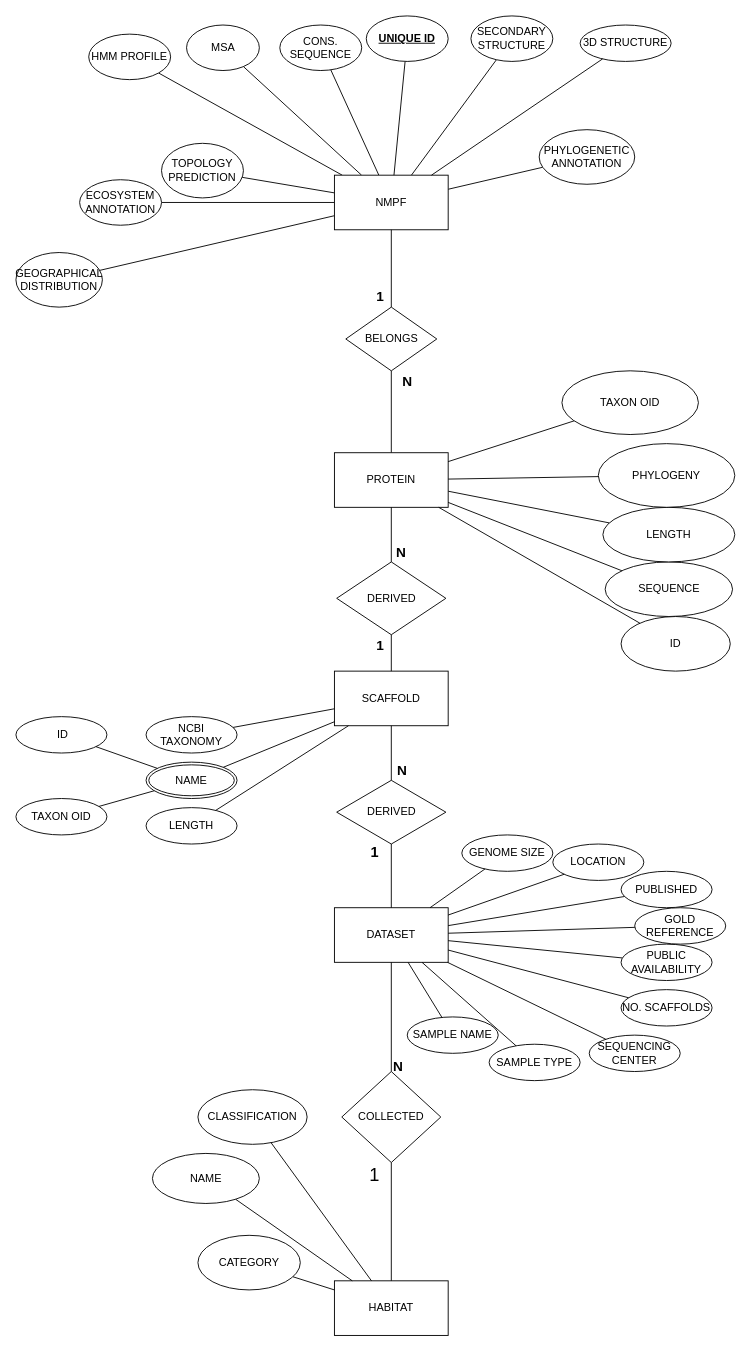
Before: Ανώνυμο διάγραμμα.drawio in IceGreb/db_project, a draw.io diagram. Source tidied: cells renumbered, new cells numbered last; positions are measured from the earlier drawing's top-left corner, leaving out a move shared by most shapes. Both pictures are drawn from the tidied source at 91%, with x=0, y=0 at pixel (15, 15).
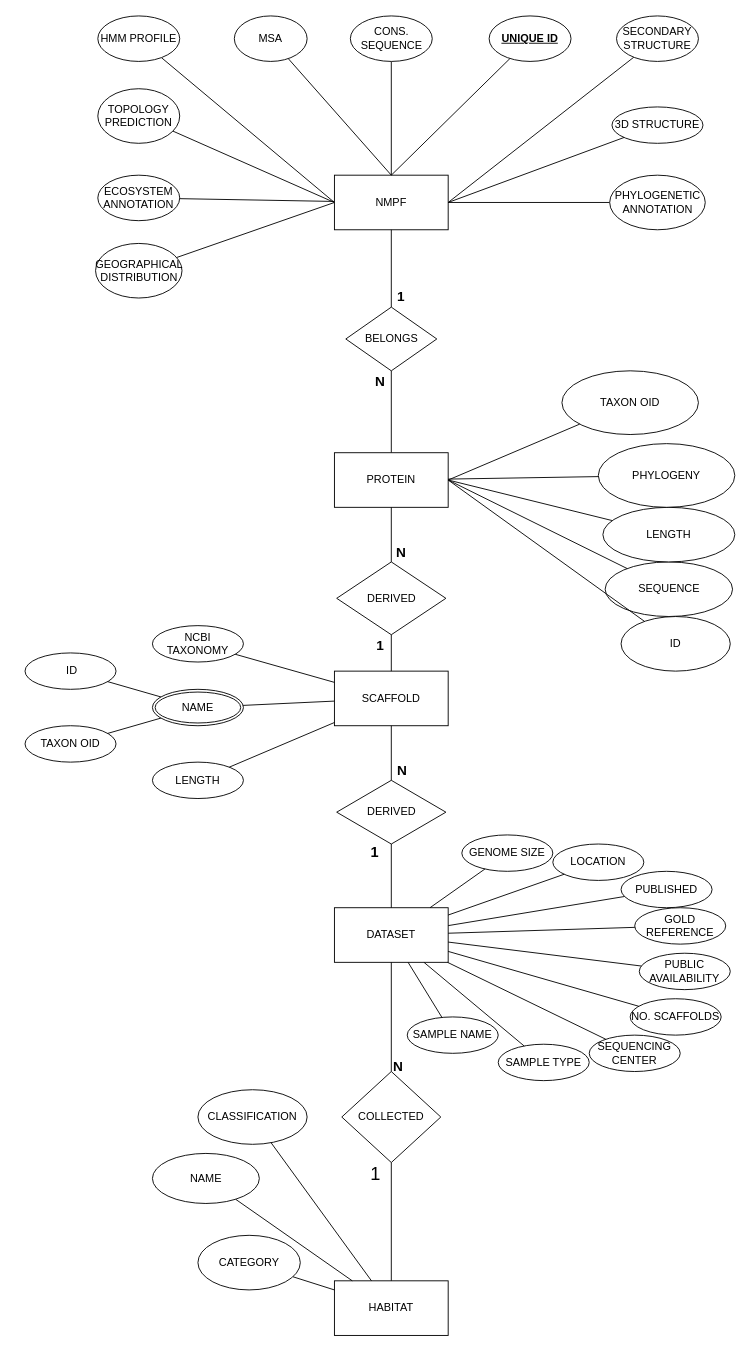
The same page after the edit.

Unchanged cells that the change refers to:
```xml
<mxCell id="10" value="NMPF" style="rounded=0;whiteSpace=wrap;html=1;labelBackgroundColor=none;" parent="1" vertex="1">
  <mxGeometry x="350" y="175" width="125" height="60" as="geometry" />
</mxCell>
<mxCell id="21" style="rounded=0;jettySize=auto;html=1;endArrow=none;endFill=0;labelBackgroundColor=none;fontColor=default;" parent="1" edge="1" source="27" target="24">
  <mxGeometry relative="1" as="geometry" />
</mxCell>
<mxCell id="24" value="&lt;div&gt;PROTEIN&lt;/div&gt;" style="rounded=0;whiteSpace=wrap;html=1;labelBackgroundColor=none;" parent="1" vertex="1">
  <mxGeometry x="350" y="480" width="125" height="60" as="geometry" />
</mxCell>
<mxCell id="25" style="rounded=0;jettySize=auto;html=1;endArrow=none;endFill=0;labelBackgroundColor=none;fontColor=default;" parent="1" edge="1" source="10" target="27">
  <mxGeometry relative="1" as="geometry" />
</mxCell>
<mxCell id="28" value="SEQUENCE" style="ellipse;whiteSpace=wrap;html=1;labelBackgroundColor=none;" parent="1" vertex="1">
  <mxGeometry x="647.5" y="600" width="140" height="60" as="geometry" />
</mxCell>
<mxCell id="30" value="ID" style="ellipse;whiteSpace=wrap;html=1;labelBackgroundColor=none;" parent="1" vertex="1">
  <mxGeometry x="665" y="660" width="120" height="60" as="geometry" />
</mxCell>
<mxCell id="31" value="TAXON OID" style="ellipse;whiteSpace=wrap;html=1;labelBackgroundColor=none;" parent="1" vertex="1">
  <mxGeometry x="600" y="390" width="150" height="70" as="geometry" />
</mxCell>
<mxCell id="32" value="LENGTH" style="ellipse;whiteSpace=wrap;html=1;rounded=0;labelBackgroundColor=none;" parent="1" vertex="1">
  <mxGeometry x="645" y="540" width="145" height="60" as="geometry" />
</mxCell>
<mxCell id="76" style="endArrow=none;html=1;rounded=0;labelBackgroundColor=none;fontColor=default;fontFamily=Permanent Marker;fontSize=30;" parent="1" edge="1" source="75" target="35">
  <mxGeometry relative="1" as="geometry" />
</mxCell>
```

Diff of the diagram source:
```diff
@@
-    <mxCell id="3" style="rounded=0;jettySize=auto;html=1;endArrow=none;endFill=0;labelBackgroundColor=none;fontColor=default;" parent="1" edge="1" source="10" target="12">
+    <mxCell id="3" style="rounded=0;jettySize=auto;html=1;endArrow=none;endFill=0;labelBackgroundColor=none;fontColor=default;exitX=0.5;exitY=0;exitDx=0;exitDy=0;" parent="1" edge="1" source="10" target="12">
       <mxGeometry relative="1" as="geometry" />
     </mxCell>
-    <mxCell id="4" style="rounded=0;jettySize=auto;html=1;endArrow=none;endFill=0;labelBackgroundColor=none;fontColor=default;" parent="1" edge="1" source="10" target="18">
+    <mxCell id="4" style="rounded=0;jettySize=auto;html=1;endArrow=none;endFill=0;labelBackgroundColor=none;fontColor=default;exitX=0;exitY=0.5;exitDx=0;exitDy=0;" parent="1" edge="1" source="10" target="18">
       <mxGeometry relative="1" as="geometry" />
     </mxCell>
@@
-    <mxCell id="6" style="rounded=0;jettySize=auto;html=1;endArrow=none;endFill=0;labelBackgroundColor=none;fontColor=default;" parent="1" edge="1" source="10" target="13">
+    <mxCell id="6" style="rounded=0;jettySize=auto;html=1;endArrow=none;endFill=0;labelBackgroundColor=none;fontColor=default;exitX=0;exitY=0.5;exitDx=0;exitDy=0;" parent="1" edge="1" source="10" target="13">
       <mxGeometry relative="1" as="geometry" />
     </mxCell>
-    <mxCell id="7" style="rounded=0;jettySize=auto;html=1;endArrow=none;endFill=0;labelBackgroundColor=none;fontColor=default;" parent="1" edge="1" source="10" target="14">
+    <mxCell id="7" style="rounded=0;jettySize=auto;html=1;endArrow=none;endFill=0;labelBackgroundColor=none;fontColor=default;exitX=1;exitY=0.5;exitDx=0;exitDy=0;" parent="1" edge="1" source="10" target="14">
       <mxGeometry relative="1" as="geometry" />
     </mxCell>
-    <mxCell id="8" style="rounded=0;jettySize=auto;html=1;endArrow=none;endFill=0;labelBackgroundColor=none;fontColor=default;" parent="1" edge="1" source="10" target="15">
+    <mxCell id="8" style="rounded=0;jettySize=auto;html=1;endArrow=none;endFill=0;labelBackgroundColor=none;fontColor=default;exitX=0;exitY=0.5;exitDx=0;exitDy=0;" parent="1" edge="1" source="10" target="15">
       <mxGeometry relative="1" as="geometry" />
     </mxCell>
@@
     <mxCell id="11" value="CONS. SEQUENCE" style="ellipse;whiteSpace=wrap;html=1;rounded=0;labelBackgroundColor=none;" parent="1" vertex="1">
-      <mxGeometry x="290" y="10" width="90" height="50" as="geometry" />
+      <mxGeometry x="367.5" width="90" height="50" as="geometry" />
     </mxCell>
     <mxCell id="12" value="MSA" style="ellipse;whiteSpace=wrap;html=1;rounded=0;labelBackgroundColor=none;" parent="1" vertex="1">
-      <mxGeometry x="187.5" y="10" width="80" height="50" as="geometry" />
+      <mxGeometry x="240" width="80" height="50" as="geometry" />
     </mxCell>
     <mxCell id="13" value="HMM PROFILE" style="ellipse;whiteSpace=wrap;html=1;rounded=0;labelBackgroundColor=none;" parent="1" vertex="1">
-      <mxGeometry x="80" y="20" width="90" height="50" as="geometry" />
+      <mxGeometry x="90" width="90" height="50" as="geometry" />
     </mxCell>
     <mxCell id="14" value="SECONDARY STRUCTURE" style="ellipse;whiteSpace=wrap;html=1;rounded=0;labelBackgroundColor=none;" parent="1" vertex="1">
-      <mxGeometry x="500" width="90" height="50" as="geometry" />
+      <mxGeometry x="660" width="90" height="50" as="geometry" />
     </mxCell>
     <mxCell id="15" value="TOPOLOGY PREDICTION" style="ellipse;whiteSpace=wrap;html=1;rounded=0;labelBackgroundColor=none;direction=west;" parent="1" vertex="1">
-      <mxGeometry x="160" y="140" width="90" height="60" as="geometry" />
+      <mxGeometry x="90" y="80" width="90" height="60" as="geometry" />
     </mxCell>
     <mxCell id="16" value="&lt;div&gt;PHYLOGENETIC ANNOTATION&lt;/div&gt;" style="ellipse;whiteSpace=wrap;html=1;rounded=0;labelBackgroundColor=none;" parent="1" vertex="1">
-      <mxGeometry x="575" y="125" width="105" height="60" as="geometry" />
+      <mxGeometry x="652.5" y="175" width="105" height="60" as="geometry" />
     </mxCell>
     <mxCell id="17" value="&lt;div&gt;ECOSYSTEM ANNOTATION&lt;/div&gt;" style="ellipse;whiteSpace=wrap;html=1;direction=west;rounded=0;labelBackgroundColor=none;" parent="1" vertex="1">
-      <mxGeometry x="70" y="180" width="90" height="50" as="geometry" />
+      <mxGeometry x="90" y="175" width="90" height="50" as="geometry" />
     </mxCell>
     <mxCell id="18" value="GEOGRAPHICAL DISTRIBUTION" style="ellipse;whiteSpace=wrap;html=1;rounded=0;labelBackgroundColor=none;" parent="1" vertex="1">
-      <mxGeometry y="260" width="95" height="60" as="geometry" />
+      <mxGeometry x="87.5" y="250" width="95" height="60" as="geometry" />
     </mxCell>
-    <mxCell id="19" style="rounded=0;jettySize=auto;html=1;endArrow=none;endFill=0;labelBackgroundColor=none;fontColor=default;" parent="1" edge="1" source="20" target="10">
+    <mxCell id="19" style="rounded=0;jettySize=auto;html=1;endArrow=none;endFill=0;labelBackgroundColor=none;fontColor=default;entryX=0.5;entryY=0;entryDx=0;entryDy=0;" parent="1" edge="1" source="20" target="10">
       <mxGeometry relative="1" as="geometry" />
     </mxCell>
     <mxCell id="20" value="&lt;u&gt;&lt;b&gt;UNIQUE ID&lt;/b&gt;&lt;/u&gt;" style="ellipse;whiteSpace=wrap;html=1;rounded=0;labelBackgroundColor=none;" parent="1" vertex="1">
-      <mxGeometry x="385" width="90" height="50" as="geometry" />
+      <mxGeometry x="520" width="90" height="50" as="geometry" />
     </mxCell>
@@
     <mxCell id="22" value="N" style="edgeLabel;html=1;align=center;verticalAlign=middle;fontSize=15;fontStyle=1;" parent="21" vertex="1">
       <mxGeometry x="-0.71" relative="1" as="geometry">
-        <mxPoint x="17" y="-3" as="offset" />
+        <mxPoint x="-13" y="-3" as="offset" />
       </mxGeometry>
     </mxCell>
-    <mxCell id="23" style="rounded=0;jettySize=auto;html=1;endArrow=none;endFill=0;labelBackgroundColor=none;fontColor=default;" parent="1" edge="1" source="24" target="32">
+    <mxCell id="23" style="rounded=0;jettySize=auto;html=1;endArrow=none;endFill=0;labelBackgroundColor=none;fontColor=default;exitX=1;exitY=0.5;exitDx=0;exitDy=0;" parent="1" edge="1" source="24" target="32">
       <mxGeometry relative="1" as="geometry" />
     </mxCell>
@@
     <mxCell id="26" value="1" style="edgeLabel;html=1;align=center;verticalAlign=middle;fontSize=15;fontStyle=1;" parent="25" vertex="1">
       <mxGeometry x="0.69" y="-1" relative="1" as="geometry">
-        <mxPoint x="-12" as="offset" />
+        <mxPoint x="11" as="offset" />
       </mxGeometry>
     </mxCell>
@@
-    <mxCell id="29" style="rounded=1;jettySize=auto;html=1;endArrow=none;endFill=0;labelBackgroundColor=none;fontColor=default;" parent="1" edge="1" source="24" target="28">
+    <mxCell id="29" style="rounded=1;jettySize=auto;html=1;endArrow=none;endFill=0;labelBackgroundColor=none;fontColor=default;exitX=1;exitY=0.5;exitDx=0;exitDy=0;" parent="1" edge="1" source="24" target="28">
       <mxGeometry relative="1" as="geometry" />
     </mxCell>
@@
     <mxCell id="38" value="NAME" style="ellipse;shape=doubleEllipse;margin=3;whiteSpace=wrap;html=1;align=center;labelBackgroundColor=none;" parent="1" vertex="1">
-      <mxGeometry x="143" y="820" width="100" height="40" as="geometry" />
+      <mxGeometry x="150" y="740" width="100" height="40" as="geometry" />
     </mxCell>
     <mxCell id="39" value="3D STRUCTURE" style="ellipse;whiteSpace=wrap;html=1;align=center;labelBackgroundColor=none;" parent="1" vertex="1">
-      <mxGeometry x="620" y="10" width="100" height="40" as="geometry" />
+      <mxGeometry x="655" y="100" width="100" height="40" as="geometry" />
     </mxCell>
@@
-    <mxCell id="41" style="endArrow=none;html=1;rounded=0;labelBackgroundColor=none;fontColor=default;" parent="1" edge="1" source="10" target="39">
+    <mxCell id="41" style="endArrow=none;html=1;rounded=0;labelBackgroundColor=none;fontColor=default;exitX=1;exitY=0.5;exitDx=0;exitDy=0;" parent="1" edge="1" source="10" target="39">
       <mxGeometry relative="1" as="geometry" />
     </mxCell>
     <mxCell id="42" value="TAXON OID" style="ellipse;whiteSpace=wrap;html=1;align=center;labelBackgroundColor=none;" parent="1" vertex="1">
-      <mxGeometry y="860" width="100" height="40" as="geometry" />
+      <mxGeometry x="10" y="780" width="100" height="40" as="geometry" />
     </mxCell>
     <mxCell id="43" value="&amp;nbsp;ID" style="ellipse;whiteSpace=wrap;html=1;align=center;labelBackgroundColor=none;" parent="1" vertex="1">
-      <mxGeometry y="770" width="100" height="40" as="geometry" />
+      <mxGeometry x="10" y="700" width="100" height="40" as="geometry" />
     </mxCell>
@@
     <mxCell id="46" value="LENGTH" style="ellipse;whiteSpace=wrap;html=1;align=center;labelBackgroundColor=none;" parent="1" vertex="1">
-      <mxGeometry x="143" y="870" width="100" height="40" as="geometry" />
+      <mxGeometry x="150" y="820" width="100" height="40" as="geometry" />
     </mxCell>
@@
     <mxCell id="48" value="NCBI TAXONOMY" style="ellipse;whiteSpace=wrap;html=1;align=center;labelBackgroundColor=none;" parent="1" vertex="1">
-      <mxGeometry x="143" y="770" width="100" height="40" as="geometry" />
+      <mxGeometry x="150" y="670" width="100" height="40" as="geometry" />
     </mxCell>
@@
     <mxCell id="52" value="SAMPLE TYPE" style="ellipse;whiteSpace=wrap;html=1;align=center;labelBackgroundColor=none;" parent="1" vertex="1">
-      <mxGeometry x="520" y="1130" width="100" height="40" as="geometry" />
+      <mxGeometry x="530" y="1130" width="100" height="40" as="geometry" />
     </mxCell>
@@
     <mxCell id="56" value="PUBLIC AVAILABILITY" style="ellipse;whiteSpace=wrap;html=1;align=center;labelBackgroundColor=none;" parent="1" vertex="1">
-      <mxGeometry x="665" y="1020" width="100" height="40" as="geometry" />
+      <mxGeometry x="685" y="1030" width="100" height="40" as="geometry" />
     </mxCell>
@@
     <mxCell id="59" value="&lt;div&gt;NO. SCAFFOLDS&lt;/div&gt;" style="ellipse;whiteSpace=wrap;html=1;align=center;labelBackgroundColor=none;" parent="1" vertex="1">
-      <mxGeometry x="665" y="1070" width="100" height="40" as="geometry" />
+      <mxGeometry x="675" y="1080" width="100" height="40" as="geometry" />
     </mxCell>
@@
     <mxCell id="77" value="&lt;font style=&quot;font-size: 20px;&quot;&gt;1&lt;/font&gt;" style="html=1;whiteSpace=wrap;align=right;verticalAlign=bottom;labelBackgroundColor=none;fontSize=30;" parent="76" vertex="1">
       <mxGeometry x="1" relative="1" as="geometry">
-        <mxPoint x="-12" y="-100" as="offset" />
+        <mxPoint x="-11" y="-101" as="offset" />
       </mxGeometry>
     </mxCell>
@@
-    <mxCell id="83" style="endArrow=none;html=1;rounded=0;" parent="1" edge="1" source="24" target="31">
+    <mxCell id="83" style="endArrow=none;html=1;rounded=0;exitX=1;exitY=0.5;exitDx=0;exitDy=0;" parent="1" edge="1" source="24" target="31">
       <mxGeometry relative="1" as="geometry" />
     </mxCell>
-    <mxCell id="84" style="endArrow=none;html=1;rounded=0;" parent="1" edge="1" source="24" target="30">
+    <mxCell id="84" style="endArrow=none;html=1;rounded=0;exitX=1;exitY=0.5;exitDx=0;exitDy=0;" parent="1" edge="1" source="24" target="30">
       <mxGeometry relative="1" as="geometry" />
     </mxCell>
```
